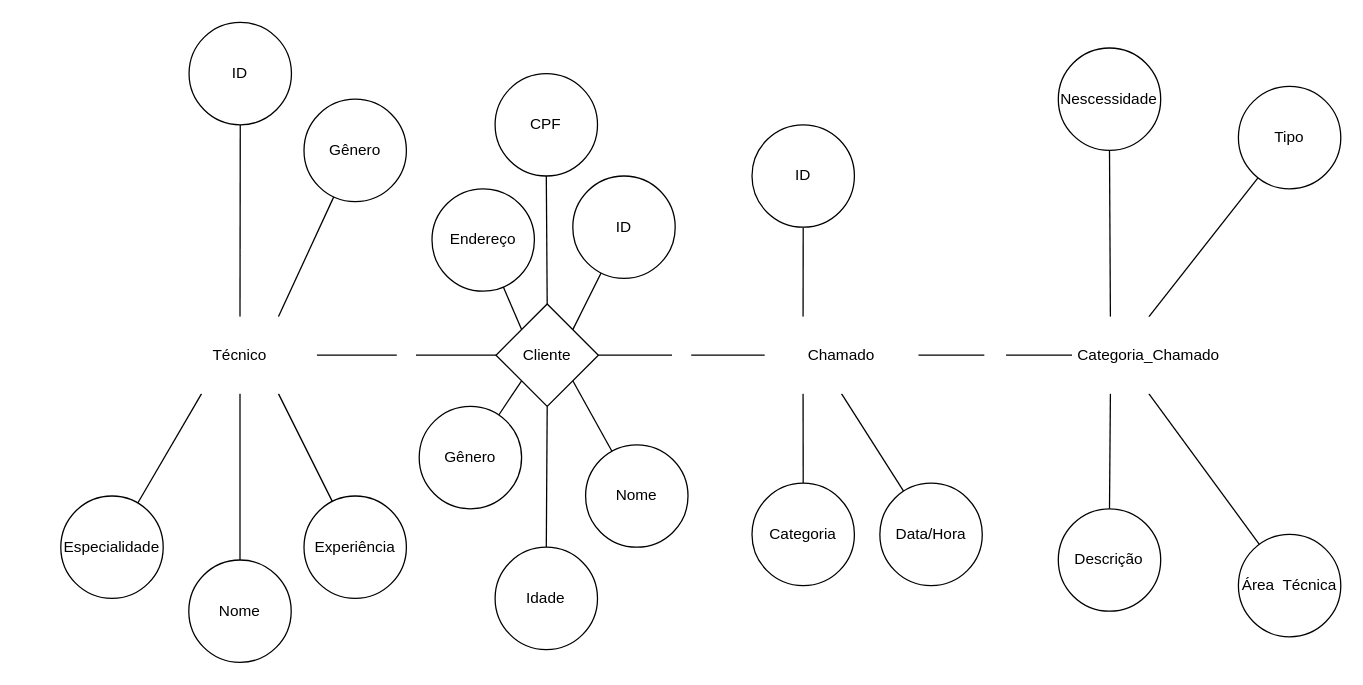
Above: page "Sistema de Suporte Técnico" (1 of 2) of BD/exercicios_DER_3.drawio in marcel-aita/DEVNOITE (draw.io), before the change. Source tidied: cells renumbered, new cells numbered last; positions are measured from the earlier drawing's top-left corner, leaving out a move shared by most shapes. Both pictures are drawn from the tidied source at 128%, with x=0, y=0 at pixel (60, 22).
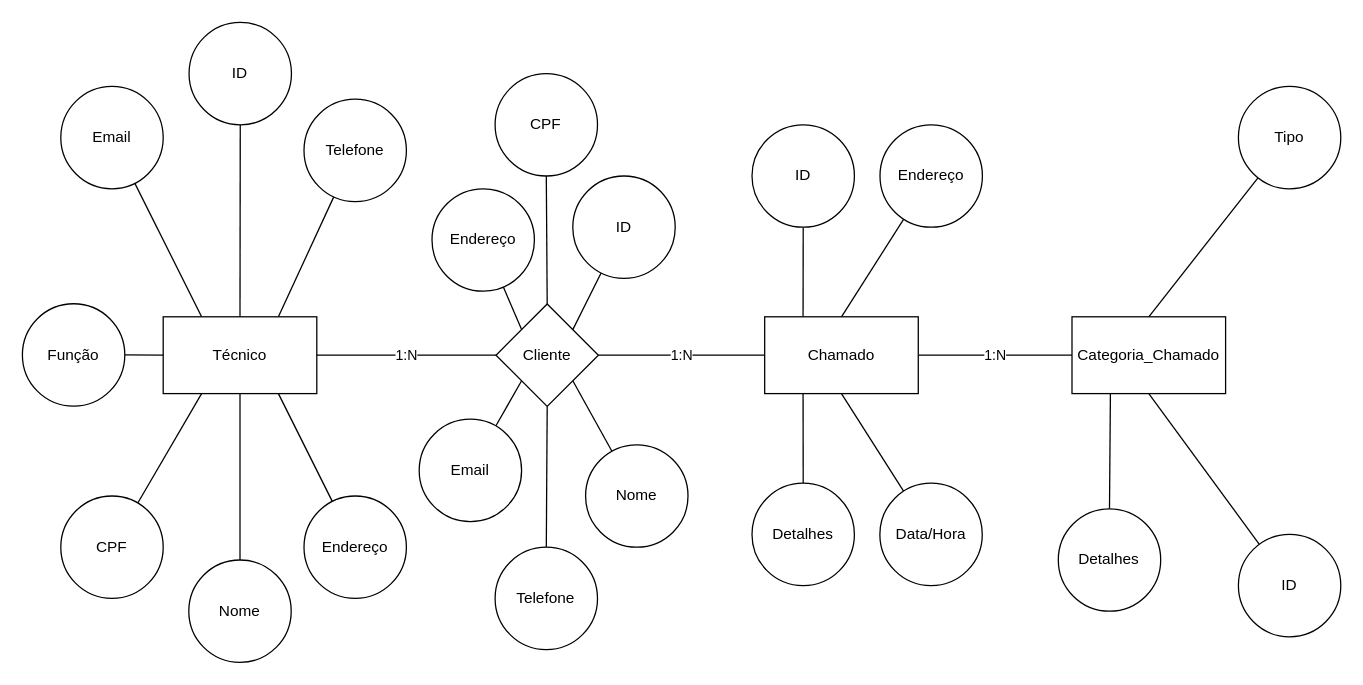
After the change.

The change refers to these unchanged cells:
```xml
<mxCell id="21" value="Cliente" style="rhombus;whiteSpace=wrap;html=1;fontColor=#000000;fillColor=#FFFFFF;" parent="1" vertex="1">
  <mxGeometry x="340" y="220" width="80" height="80" as="geometry" />
</mxCell>
```

What changed in the source:
```diff
@@
-    <mxCell id="2" value="&lt;font color=&quot;#ffffff&quot;&gt;1:1&lt;/font&gt;" style="edgeStyle=none;html=1;exitX=1;exitY=0.5;exitDx=0;exitDy=0;entryX=0;entryY=0.5;entryDx=0;entryDy=0;fontColor=#000000;endArrow=none;endFill=0;" parent="1" edge="1" source="8" target="21">
+    <mxCell id="2" value="&lt;font style=&quot;color: rgb(0, 0, 0);&quot;&gt;1:N&lt;/font&gt;" style="edgeStyle=none;html=1;exitX=1;exitY=0.5;exitDx=0;exitDy=0;entryX=0;entryY=0.5;entryDx=0;entryDy=0;fontColor=#000000;endArrow=none;endFill=0;" parent="1" edge="1" source="8" target="21">
       <mxGeometry relative="1" as="geometry" />
     </mxCell>
@@
+    <mxCell id="45" style="edgeStyle=none;html=1;exitX=0.25;exitY=0;exitDx=0;exitDy=0;endArrow=none;endFill=0;" parent="1" edge="1" source="8" target="51">
+      <mxGeometry relative="1" as="geometry" />
+    </mxCell>
+    <mxCell id="46" style="edgeStyle=none;html=1;exitX=0;exitY=0.5;exitDx=0;exitDy=0;endArrow=none;endFill=0;" parent="1" edge="1" source="8" target="52">
+      <mxGeometry relative="1" as="geometry" />
+    </mxCell>
-    <mxCell id="8" value="&lt;font color=&quot;#000000&quot;&gt;Técnico&lt;/font&gt;" style="rounded=0;whiteSpace=wrap;html=1;fillColor=#FFFFFF;strokeColor=none;" parent="1" vertex="1">
+    <mxCell id="8" value="&lt;font color=&quot;#000000&quot;&gt;Técnico&lt;/font&gt;" style="rounded=0;whiteSpace=wrap;html=1;fillColor=#FFFFFF;strokeColor=default;" parent="1" vertex="1">
       <mxGeometry x="80" y="230" width="120" height="60" as="geometry" />
     </mxCell>
-    <mxCell id="9" value="&lt;font color=&quot;#ffffff&quot;&gt;1:N&lt;/font&gt;" style="edgeStyle=none;html=1;exitX=1;exitY=0.5;exitDx=0;exitDy=0;entryX=0;entryY=0.5;entryDx=0;entryDy=0;fontColor=#000000;endArrow=none;endFill=0;" parent="1" edge="1" source="13" target="26">
+    <mxCell id="9" value="&lt;font style=&quot;color: rgb(0, 0, 0);&quot;&gt;1:N&lt;/font&gt;" style="edgeStyle=none;html=1;exitX=1;exitY=0.5;exitDx=0;exitDy=0;entryX=0;entryY=0.5;entryDx=0;entryDy=0;fontColor=#000000;endArrow=none;endFill=0;" parent="1" edge="1" source="13" target="26">
       <mxGeometry relative="1" as="geometry" />
     </mxCell>
@@
+    <mxCell id="47" style="edgeStyle=none;html=1;exitX=0.5;exitY=0;exitDx=0;exitDy=0;endArrow=none;endFill=0;" parent="1" edge="1" source="13" target="49">
+      <mxGeometry relative="1" as="geometry" />
+    </mxCell>
-    <mxCell id="13" value="&lt;font color=&quot;#000000&quot;&gt;Chamado&lt;/font&gt;" style="rounded=0;whiteSpace=wrap;html=1;fillColor=#FFFFFF;strokeColor=none;" parent="1" vertex="1">
+    <mxCell id="13" value="&lt;font color=&quot;#000000&quot;&gt;Chamado&lt;/font&gt;" style="rounded=0;whiteSpace=wrap;html=1;fillColor=#FFFFFF;strokeColor=default;" parent="1" vertex="1">
       <mxGeometry x="549.9" y="230" width="120" height="60" as="geometry" />
     </mxCell>
-    <mxCell id="14" value="&lt;font color=&quot;#ffffff&quot;&gt;1:1&lt;/font&gt;" style="edgeStyle=none;html=1;exitX=1;exitY=0.5;exitDx=0;exitDy=0;entryX=0;entryY=0.5;entryDx=0;entryDy=0;fontColor=#000000;endArrow=none;endFill=0;" parent="1" edge="1" source="21" target="13">
+    <mxCell id="14" value="&lt;font style=&quot;color: rgb(0, 0, 0);&quot;&gt;1:N&lt;/font&gt;" style="edgeStyle=none;html=1;exitX=1;exitY=0.5;exitDx=0;exitDy=0;entryX=0;entryY=0.5;entryDx=0;entryDy=0;fontColor=#000000;endArrow=none;endFill=0;" parent="1" edge="1" source="21" target="13">
       <mxGeometry relative="1" as="geometry" />
     </mxCell>
@@
-    <mxCell id="18" style="edgeStyle=none;html=1;exitX=0;exitY=1;exitDx=0;exitDy=0;fontColor=#000000;endArrow=none;endFill=0;" parent="1" edge="1" source="21" target="35">
-      <mxGeometry relative="1" as="geometry" />
-    </mxCell>
@@
+    <mxCell id="48" style="edgeStyle=none;html=1;exitX=0;exitY=1;exitDx=0;exitDy=0;endArrow=none;endFill=0;" parent="1" edge="1" source="21" target="50">
+      <mxGeometry relative="1" as="geometry" />
+    </mxCell>
@@
-    <mxCell id="23" style="edgeStyle=none;html=1;exitX=0.25;exitY=0;exitDx=0;exitDy=0;fontColor=#000000;endArrow=none;endFill=0;" parent="1" edge="1" source="26" target="42">
-      <mxGeometry relative="1" as="geometry" />
-    </mxCell>
@@
-    <mxCell id="26" value="&lt;font color=&quot;#000000&quot;&gt;Categoria_Chamado&lt;/font&gt;" style="rounded=0;whiteSpace=wrap;html=1;fillColor=#FFFFFF;strokeColor=none;" parent="1" vertex="1">
+    <mxCell id="26" value="&lt;font color=&quot;#000000&quot;&gt;Categoria_Chamado&lt;/font&gt;" style="rounded=0;whiteSpace=wrap;html=1;fillColor=#FFFFFF;strokeColor=default;" parent="1" vertex="1">
       <mxGeometry x="790" y="230" width="120" height="60" as="geometry" />
     </mxCell>
@@
-    <mxCell id="29" value="Gênero" style="ellipse;whiteSpace=wrap;html=1;fontColor=#000000;fillColor=#FFFFFF;" parent="1" vertex="1">
+    <mxCell id="29" value="Telefone" style="ellipse;whiteSpace=wrap;html=1;fontColor=#000000;fillColor=#FFFFFF;" parent="1" vertex="1">
       <mxGeometry x="190" y="60" width="80" height="80" as="geometry" />
     </mxCell>
-    <mxCell id="30" value="Experiência" style="ellipse;whiteSpace=wrap;html=1;fontColor=#000000;fillColor=#FFFFFF;" parent="1" vertex="1">
+    <mxCell id="30" value="Endereço" style="ellipse;whiteSpace=wrap;html=1;fontColor=#000000;fillColor=#FFFFFF;" parent="1" vertex="1">
       <mxGeometry x="190" y="370" width="80" height="80" as="geometry" />
     </mxCell>
-    <mxCell id="31" value="Especialidade" style="ellipse;whiteSpace=wrap;html=1;fontColor=#000000;fillColor=#FFFFFF;" parent="1" vertex="1">
+    <mxCell id="31" value="CPF" style="ellipse;whiteSpace=wrap;html=1;fontColor=#000000;fillColor=#FFFFFF;" parent="1" vertex="1">
       <mxGeometry y="370" width="80" height="80" as="geometry" />
     </mxCell>
@@
-    <mxCell id="35" value="Gênero" style="ellipse;whiteSpace=wrap;html=1;fontColor=#000000;fillColor=#FFFFFF;" parent="1" vertex="1">
-      <mxGeometry x="280" y="300" width="80" height="80" as="geometry" />
-    </mxCell>
@@
-    <mxCell id="37" value="Idade" style="ellipse;whiteSpace=wrap;html=1;fontColor=#000000;fillColor=#FFFFFF;" parent="1" vertex="1">
+    <mxCell id="37" value="Telefone" style="ellipse;whiteSpace=wrap;html=1;fontColor=#000000;fillColor=#FFFFFF;" parent="1" vertex="1">
       <mxGeometry x="339.3" y="410" width="80" height="80" as="geometry" />
     </mxCell>
@@
-    <mxCell id="39" value="Categoria" style="ellipse;whiteSpace=wrap;html=1;fontColor=#000000;fillColor=#FFFFFF;" parent="1" vertex="1">
+    <mxCell id="39" value="Detalhes" style="ellipse;whiteSpace=wrap;html=1;fontColor=#000000;fillColor=#FFFFFF;" parent="1" vertex="1">
       <mxGeometry x="540" y="360" width="80" height="80" as="geometry" />
     </mxCell>
@@
-    <mxCell id="41" value="Descrição" style="ellipse;whiteSpace=wrap;html=1;fontColor=#000000;fillColor=#FFFFFF;" parent="1" vertex="1">
+    <mxCell id="41" value="Detalhes" style="ellipse;whiteSpace=wrap;html=1;fontColor=#000000;fillColor=#FFFFFF;" parent="1" vertex="1">
       <mxGeometry x="779.3" y="380" width="80" height="80" as="geometry" />
     </mxCell>
-    <mxCell id="42" value="Nescessidade" style="ellipse;whiteSpace=wrap;html=1;fontColor=#000000;fillColor=#FFFFFF;" parent="1" vertex="1">
-      <mxGeometry x="779.3" y="20" width="80" height="80" as="geometry" />
-    </mxCell>
@@
-    <mxCell id="44" value="Área&amp;nbsp; Técnica" style="ellipse;whiteSpace=wrap;html=1;fontColor=#000000;fillColor=#FFFFFF;" parent="1" vertex="1">
+    <mxCell id="44" value="ID" style="ellipse;whiteSpace=wrap;html=1;fontColor=#000000;fillColor=#FFFFFF;" parent="1" vertex="1">
       <mxGeometry x="920" y="400" width="80" height="80" as="geometry" />
     </mxCell>
+    <mxCell id="49" value="Endereço" style="ellipse;whiteSpace=wrap;html=1;" parent="1" vertex="1">
+      <mxGeometry x="640" y="80" width="80" height="80" as="geometry" />
+    </mxCell>
+    <mxCell id="50" value="Email" style="ellipse;whiteSpace=wrap;html=1;" parent="1" vertex="1">
+      <mxGeometry x="280" y="310" width="80" height="80" as="geometry" />
+    </mxCell>
+    <mxCell id="51" value="Email" style="ellipse;whiteSpace=wrap;html=1;" parent="1" vertex="1">
+      <mxGeometry y="50" width="80" height="80" as="geometry" />
+    </mxCell>
+    <mxCell id="52" value="Função" style="ellipse;whiteSpace=wrap;html=1;" parent="1" vertex="1">
+      <mxGeometry x="-30" y="219.8" width="80" height="80" as="geometry" />
+    </mxCell>
```
